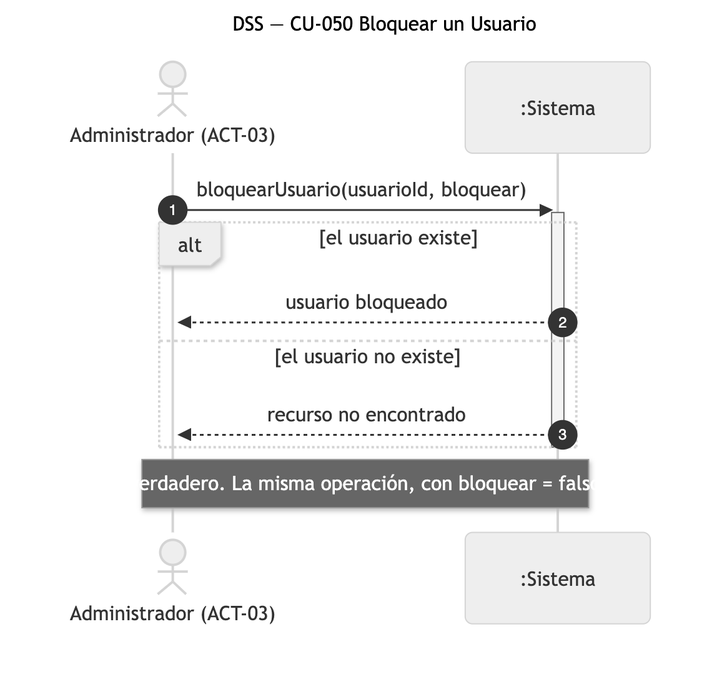
Nahuelito-Dev/splg-docs keeps this Mermaid diagram as diagramas/png/DSS_CU-050_Bloquear-un-Usuario.png. Above is the earlier version. Its source is kept beside it as diagramas/DSS_CU-050_Bloquear-un-Usuario.mmd. Source of this version:
```mermaid
sequenceDiagram
    title DSS — CU-050 Bloquear un Usuario
    autonumber
    actor ADM as Administrador (ACT-03)
    participant SIS as :Sistema

    ADM->>SIS: bloquearUsuario(usuarioId, bloquear)
    activate SIS
    alt el usuario existe
        SIS-->>ADM: usuario bloqueado
    else el usuario no existe
        SIS-->>ADM: recurso no encontrado
    end
    deactivate SIS
    Note over ADM,SIS: bloquear = verdadero. La misma operación, con bloquear = falso, es CU-270
```
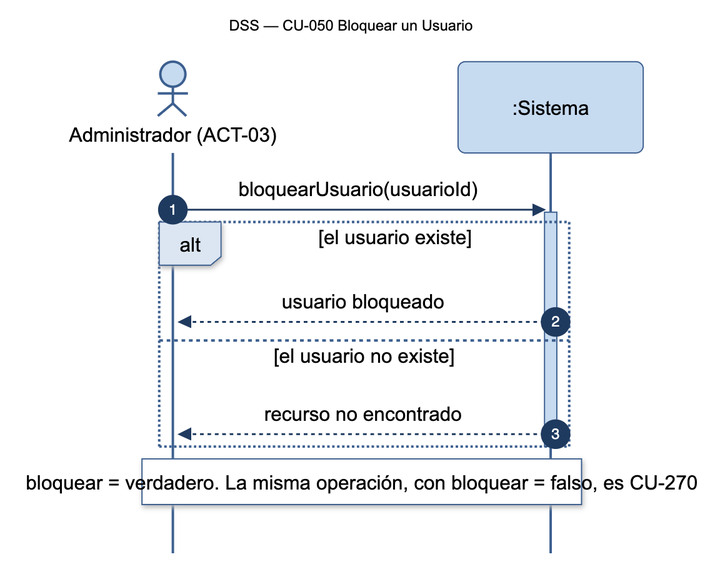
The same diagram one commit later.

Change to the diagram source:
```diff
@@ -4,7 +4,7 @@
     actor ADM as Administrador (ACT-03)
     participant SIS as :Sistema
 
-    ADM->>SIS: bloquearUsuario(usuarioId, bloquear)
+    ADM->>SIS: bloquearUsuario(usuarioId)
     activate SIS
     alt el usuario existe
         SIS-->>ADM: usuario bloqueado
```
